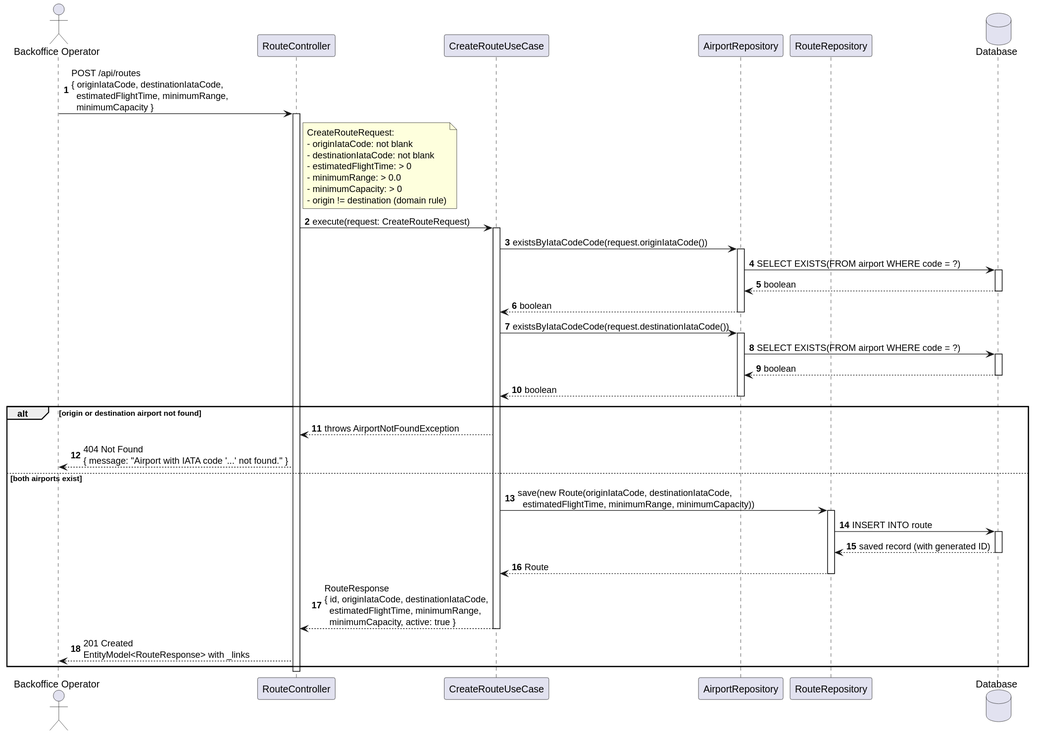
The PlantUML diagram docs/system-documentation/use-cases/WP3A/US110/svg/sd_us110.svg in VascoMagolo/psoft_1231562_1241692_1242036_2db, before a commit. Source of this version:
```plantuml
@startuml
autonumber
actor "Backoffice Operator" as Actor
participant "RouteController" as Ctrl
participant "CreateRouteUseCase" as UC
participant "AirportRepository" as AirRepo
participant "RouteRepository" as RouteRepo
database "Database" as DB

Actor -> Ctrl : POST /api/routes\n{ originIataCode, destinationIataCode,\n  estimatedFlightTime, minimumRange,\n  minimumCapacity }
activate Ctrl

note right of Ctrl
  CreateRouteRequest:
  - originIataCode: not blank
  - destinationIataCode: not blank
  - estimatedFlightTime: > 0
  - minimumRange: > 0.0
  - minimumCapacity: > 0
  - origin != destination (domain rule)
end note

Ctrl -> UC : execute(request: CreateRouteRequest)
activate UC

UC -> AirRepo : existsByIataCodeCode(request.originIataCode())
activate AirRepo
AirRepo -> DB : SELECT EXISTS(FROM airport WHERE code = ?)
activate DB
DB --> AirRepo : boolean
deactivate DB
AirRepo --> UC : boolean
deactivate AirRepo

UC -> AirRepo : existsByIataCodeCode(request.destinationIataCode())
activate AirRepo
AirRepo -> DB : SELECT EXISTS(FROM airport WHERE code = ?)
activate DB
DB --> AirRepo : boolean
deactivate DB
AirRepo --> UC : boolean
deactivate AirRepo

alt origin or destination airport not found
  UC --> Ctrl : throws AirportNotFoundException
  Ctrl --> Actor : 404 Not Found\n{ message: "Airport with IATA code '...' not found." }
else both airports exist
  UC -> RouteRepo : save(new Route(originIataCode, destinationIataCode,\n  estimatedFlightTime, minimumRange, minimumCapacity))
  activate RouteRepo
  RouteRepo -> DB : INSERT INTO route
  activate DB
  DB --> RouteRepo : saved record (with generated ID)
  deactivate DB
  RouteRepo --> UC : Route
  deactivate RouteRepo

  UC --> Ctrl : RouteResponse\n{ id, originIataCode, destinationIataCode,\n  estimatedFlightTime, minimumRange,\n  minimumCapacity, active: true }
  deactivate UC
  Ctrl --> Actor : 201 Created\nEntityModel<RouteResponse> with _links
end

deactivate Ctrl
@enduml
```
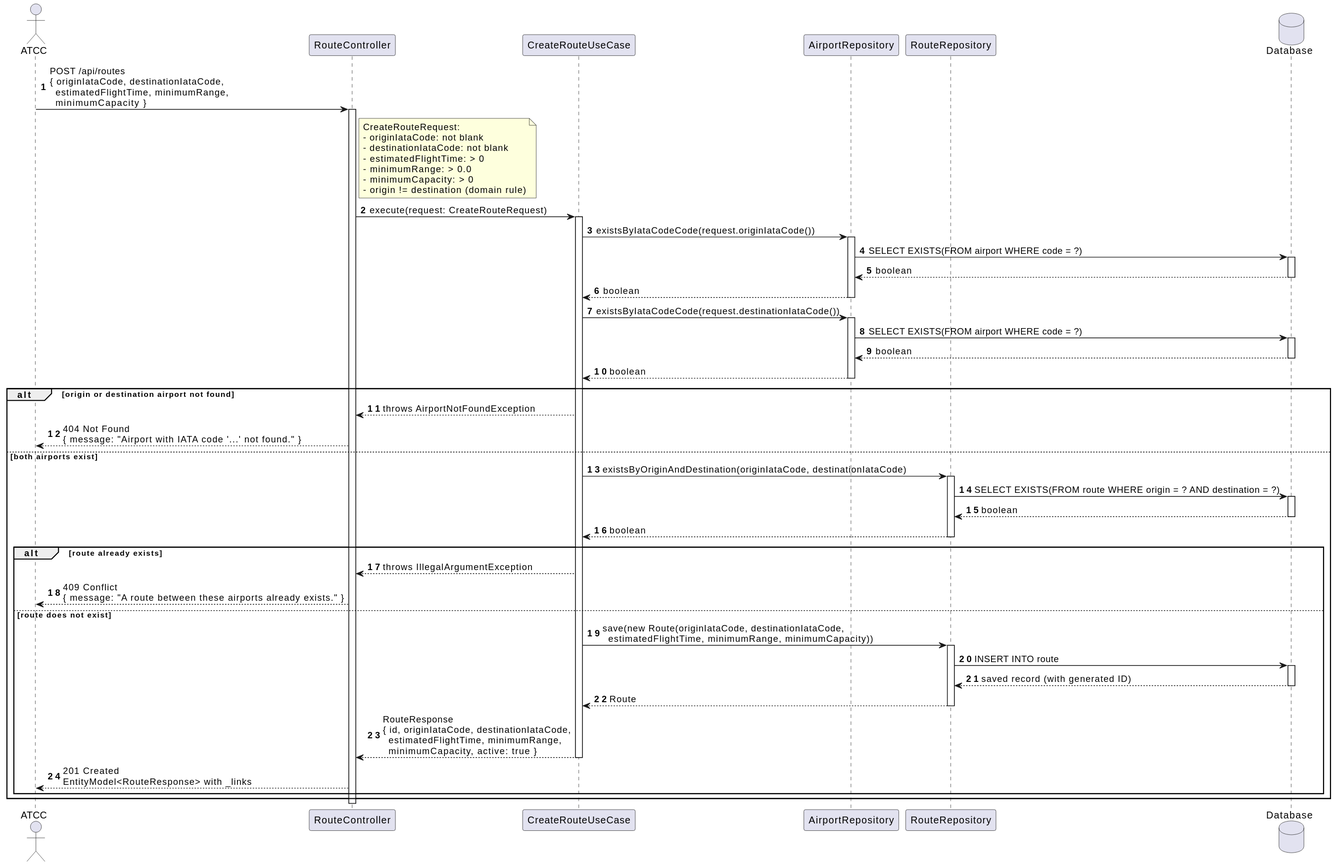
After the commit.

What changed in the source:
```diff
@@ -1,6 +1,6 @@
 @startuml
 autonumber
-actor "Backoffice Operator" as Actor
+actor "ATCC" as Actor
 participant "RouteController" as Ctrl
 participant "CreateRouteUseCase" as UC
 participant "AirportRepository" as AirRepo
@@ -45,18 +45,32 @@
   UC --> Ctrl : throws AirportNotFoundException
   Ctrl --> Actor : 404 Not Found\n{ message: "Airport with IATA code '...' not found." }
 else both airports exist
-  UC -> RouteRepo : save(new Route(originIataCode, destinationIataCode,\n  estimatedFlightTime, minimumRange, minimumCapacity))
+  UC -> RouteRepo : existsByOriginAndDestination(originIataCode, destinationIataCode)
   activate RouteRepo
-  RouteRepo -> DB : INSERT INTO route
+  RouteRepo -> DB : SELECT EXISTS(FROM route WHERE origin = ? AND destination = ?)
   activate DB
-  DB --> RouteRepo : saved record (with generated ID)
+  DB --> RouteRepo : boolean
   deactivate DB
-  RouteRepo --> UC : Route
+  RouteRepo --> UC : boolean
   deactivate RouteRepo
 
-  UC --> Ctrl : RouteResponse\n{ id, originIataCode, destinationIataCode,\n  estimatedFlightTime, minimumRange,\n  minimumCapacity, active: true }
-  deactivate UC
-  Ctrl --> Actor : 201 Created\nEntityModel<RouteResponse> with _links
+  alt route already exists
+    UC --> Ctrl : throws IllegalArgumentException
+    Ctrl --> Actor : 409 Conflict\n{ message: "A route between these airports already exists." }
+  else route does not exist
+    UC -> RouteRepo : save(new Route(originIataCode, destinationIataCode,\n  estimatedFlightTime, minimumRange, minimumCapacity))
+    activate RouteRepo
+    RouteRepo -> DB : INSERT INTO route
+    activate DB
+    DB --> RouteRepo : saved record (with generated ID)
+    deactivate DB
+    RouteRepo --> UC : Route
+    deactivate RouteRepo
+
+    UC --> Ctrl : RouteResponse\n{ id, originIataCode, destinationIataCode,\n  estimatedFlightTime, minimumRange,\n  minimumCapacity, active: true }
+    deactivate UC
+    Ctrl --> Actor : 201 Created\nEntityModel<RouteResponse> with _links
+  end
 end
 
 deactivate Ctrl
```
